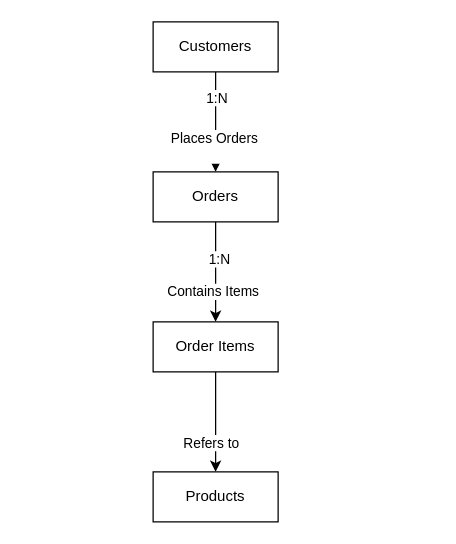
Earlier version of the draw.io diagram docs/diagrams/conceptual-erd.drawio (neeleshksingh/Ecommerce-Sales-Analytics). Source tidied: cells renumbered, new cells numbered last; positions are measured from the earlier drawing's top-left corner, leaving out a move shared by most shapes. Both pictures are drawn from the tidied source at 125%, with x=0, y=0 at pixel (152, 21).
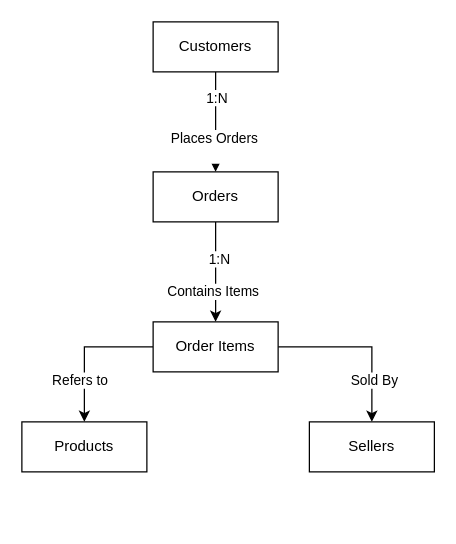
Above is the later version.

What changed in the source:
```diff
@@
 <mxGraphModel>
   <root>
     <mxCell id="0" />
     <mxCell id="1" parent="0" />
     <mxCell id="2" style="edgeStyle=orthogonalEdgeStyle;rounded=0;jettySize=auto;html=1;" parent="1" edge="1" source="5" target="9">
       <mxGeometry relative="1" as="geometry" />
     </mxCell>
     <mxCell id="3" value="1:N" style="edgeLabel;html=1;align=center;verticalAlign=middle;" parent="2" vertex="1">
       <mxGeometry x="-0.12" y="4" relative="1" as="geometry">
         <mxPoint x="-4" y="-15" as="offset" />
       </mxGeometry>
     </mxCell>
     <mxCell id="4" value="Places Orders&lt;div&gt;&lt;br&gt;&lt;/div&gt;" style="edgeLabel;html=1;align=center;verticalAlign=middle;" parent="2" vertex="1">
       <mxGeometry x="0.47" y="-2" relative="1" as="geometry" />
     </mxCell>
     <mxCell id="5" value="Customers" style="whiteSpace=wrap;html=1;align=center;" parent="1" vertex="1">
       <mxGeometry width="100" height="40" as="geometry" />
     </mxCell>
     <mxCell id="6" style="edgeStyle=orthogonalEdgeStyle;rounded=0;jettySize=auto;html=1;" parent="1" edge="1" source="9" target="12">
       <mxGeometry relative="1" as="geometry" />
     </mxCell>
     <mxCell id="7" value="1:N" style="edgeLabel;html=1;align=center;verticalAlign=middle;" parent="6" vertex="1">
       <mxGeometry x="-0.28" y="2" relative="1" as="geometry" />
     </mxCell>
     <mxCell id="8" value="Contains Items" style="edgeLabel;html=1;align=center;verticalAlign=middle;" parent="6" vertex="1">
       <mxGeometry x="0.38" y="-3" relative="1" as="geometry" />
     </mxCell>
     <mxCell id="9" value="Orders" style="whiteSpace=wrap;html=1;align=center;" parent="1" vertex="1">
       <mxGeometry y="120" width="100" height="40" as="geometry" />
     </mxCell>
     <mxCell id="10" style="edgeStyle=orthogonalEdgeStyle;rounded=0;jettySize=auto;html=1;" parent="1" edge="1" source="12" target="13">
       <mxGeometry relative="1" as="geometry" />
     </mxCell>
     <mxCell id="11" value="Refers to&amp;nbsp;" style="edgeLabel;html=1;align=center;verticalAlign=middle;" parent="10" vertex="1">
       <mxGeometry x="0.4" y="-3" relative="1" as="geometry" />
     </mxCell>
+    <mxCell id="14" style="edgeStyle=orthogonalEdgeStyle;rounded=0;jettySize=auto;html=1;entryX=0.5;entryY=0;entryDx=0;entryDy=0;" parent="1" edge="1" source="12" target="16">
+      <mxGeometry relative="1" as="geometry" />
+    </mxCell>
+    <mxCell id="15" value="Sold By" style="edgeLabel;html=1;align=center;verticalAlign=middle;" parent="14" vertex="1">
+      <mxGeometry x="0.5" y="1" relative="1" as="geometry" />
+    </mxCell>
     <mxCell id="12" value="Order Items" style="whiteSpace=wrap;html=1;align=center;" parent="1" vertex="1">
       <mxGeometry y="240" width="100" height="40" as="geometry" />
     </mxCell>
     <mxCell id="13" value="Products" style="whiteSpace=wrap;html=1;align=center;" parent="1" vertex="1">
-      <mxGeometry y="360" width="100" height="40" as="geometry" />
+      <mxGeometry x="-105" y="320" width="100" height="40" as="geometry" />
     </mxCell>
+    <mxCell id="16" value="Sellers" style="whiteSpace=wrap;html=1;align=center;" parent="1" vertex="1">
+      <mxGeometry x="125" y="320" width="100" height="40" as="geometry" />
+    </mxCell>
   </root>
 </mxGraphModel>
```
